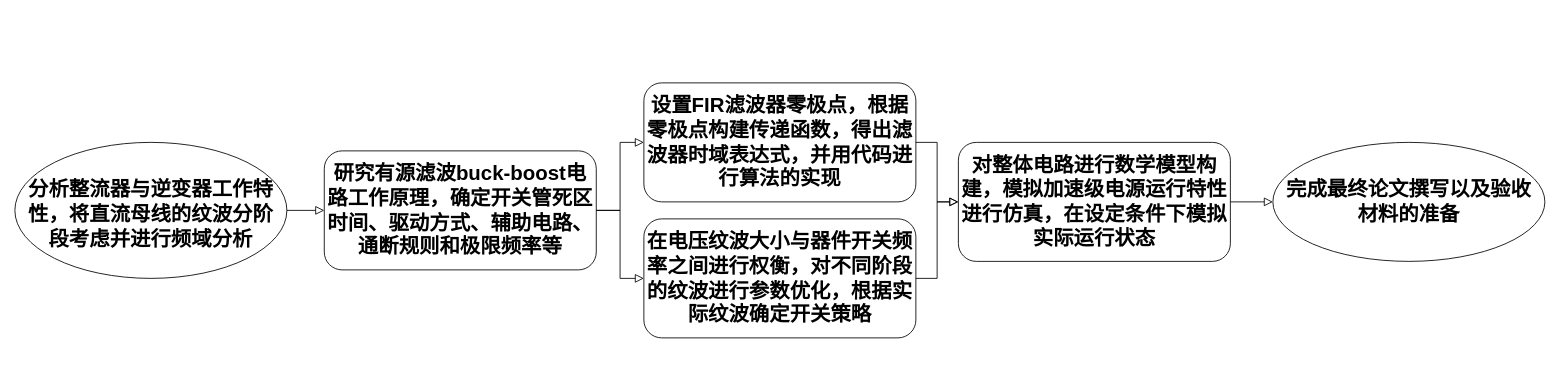
Above: 开题答辩-实施方案.drawio in duzhenchang/diagrams (draw.io), before the change. Source tidied: cells renumbered, new cells numbered last; positions are measured from the earlier drawing's top-left corner, leaving out a move shared by most shapes. Both pictures are drawn from the tidied source at 85%, with x=0, y=0 at pixel (14, 82).
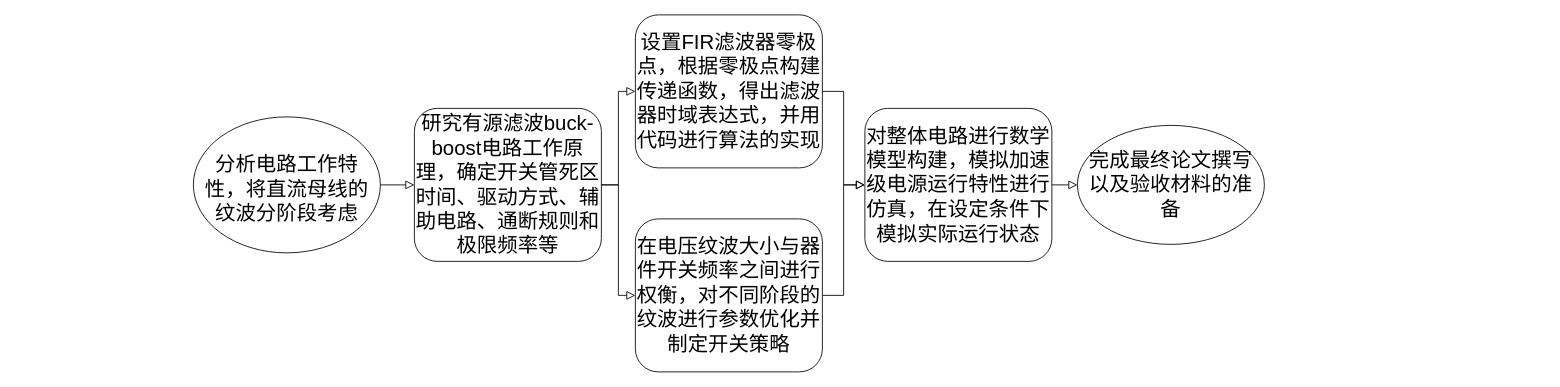
Above is the later version.

Change to the diagram source:
```diff
@@
 <mxGraphModel>
   <root>
     <mxCell id="0" />
     <mxCell id="1" parent="0" />
-    <mxCell id="2" value="&lt;font style=&quot;font-size: 24px;&quot;&gt;&lt;b&gt;研究有源滤波buck-boost电路工作原理，确定开关管死区时间、驱动方式、辅助电路、通断规则和极限频率等&lt;/b&gt;&lt;/font&gt;" style="rounded=1;whiteSpace=wrap;html=1;fontSize=12;glass=0;strokeWidth=1;shadow=0;" parent="1" vertex="1">
-      <mxGeometry x="364" y="80" width="320" height="140" as="geometry" />
+    <mxCell id="2" value="&lt;font style=&quot;font-size: 24px;&quot;&gt;研究有源滤波buck-boost电路工作原理，确定开关管死区时间、驱动方式、辅助电路、通断规则和极限频率等&lt;/font&gt;" style="rounded=1;whiteSpace=wrap;html=1;fontSize=12;glass=0;strokeWidth=1;shadow=0;" parent="1" vertex="1">
+      <mxGeometry x="470" y="30" width="220" height="180" as="geometry" />
     </mxCell>
-    <mxCell id="3" value="&lt;font style=&quot;font-size: 24px;&quot;&gt;&lt;b&gt;设置FIR滤波器零极点，根据零极点构建传递函数，得出滤波器时域表达式，并用代码进行算法的实现&lt;/b&gt;&lt;/font&gt;" style="rounded=1;whiteSpace=wrap;html=1;fontSize=12;glass=0;strokeWidth=1;shadow=0;" parent="1" vertex="1">
-      <mxGeometry x="740" width="320" height="140" as="geometry" />
+    <mxCell id="3" value="&lt;font style=&quot;font-size: 24px;&quot;&gt;设置FIR滤波器零极点，根据零极点构建传递函数，得出滤波器时域表达式，并用代码进行算法的实现&lt;/font&gt;" style="rounded=1;whiteSpace=wrap;html=1;fontSize=12;glass=0;strokeWidth=1;shadow=0;" parent="1" vertex="1">
+      <mxGeometry x="730" y="-80" width="220" height="180" as="geometry" />
     </mxCell>
-    <mxCell id="4" value="&lt;font style=&quot;font-size: 24px;&quot;&gt;&lt;b&gt;在电压纹波大小与器件开关频率之间进行权衡，对不同阶段的纹波进行参数优化，根据实际纹波确定开关策略&lt;/b&gt;&lt;/font&gt;" style="rounded=1;whiteSpace=wrap;html=1;fontSize=12;glass=0;strokeWidth=1;shadow=0;" parent="1" vertex="1">
-      <mxGeometry x="740" y="160" width="320" height="140" as="geometry" />
+    <mxCell id="4" value="&lt;font style=&quot;font-size: 24px;&quot;&gt;在电压纹波大小与器件开关频率之间进行权衡，对不同阶段的纹波进行参数优化并制定开关策略&lt;/font&gt;" style="rounded=1;whiteSpace=wrap;html=1;fontSize=12;glass=0;strokeWidth=1;shadow=0;" parent="1" vertex="1">
+      <mxGeometry x="730" y="160" width="220" height="180" as="geometry" />
     </mxCell>
-    <mxCell id="5" value="&lt;font style=&quot;font-size: 24px;&quot;&gt;&lt;b&gt;分析整流器与逆变器工作特性，将直流母线的纹波分阶段考虑并进行频域分析&lt;/b&gt;&lt;/font&gt;" style="ellipse;whiteSpace=wrap;html=1;spacingLeft=5;spacingRight=5;spacingTop=10;" parent="1" vertex="1">
-      <mxGeometry y="70" width="320" height="160" as="geometry" />
+    <mxCell id="5" value="&lt;font style=&quot;font-size: 24px;&quot;&gt;分析电路工作特性，将直流母线的纹波分阶段考虑&lt;/font&gt;" style="ellipse;whiteSpace=wrap;html=1;spacingLeft=5;spacingRight=5;spacingTop=10;" parent="1" vertex="1">
+      <mxGeometry x="210" y="40" width="220" height="160" as="geometry" />
     </mxCell>
-    <mxCell id="6" value="&lt;font style=&quot;font-size: 24px;&quot;&gt;&lt;b&gt;完成最终论文撰写以及验收材料的准备&lt;/b&gt;&lt;/font&gt;" style="ellipse;whiteSpace=wrap;html=1;spacingLeft=5;spacingRight=5;" parent="1" vertex="1">
-      <mxGeometry x="1480" y="70" width="320" height="140" as="geometry" />
+    <mxCell id="6" value="&lt;font style=&quot;font-size: 24px;&quot;&gt;完成最终论文撰写以及验收材料的准备&lt;/font&gt;" style="ellipse;whiteSpace=wrap;html=1;spacingLeft=5;spacingRight=5;" parent="1" vertex="1">
+      <mxGeometry x="1250" y="50" width="220" height="140" as="geometry" />
     </mxCell>
-    <mxCell id="7" value="&lt;font style=&quot;font-size: 24px;&quot;&gt;&lt;b&gt;对整体电路进行数学模型构建，模拟加速级电源运行特性进行仿真，在设定条件下模拟实际运行状态&lt;/b&gt;&lt;/font&gt;" style="rounded=1;whiteSpace=wrap;html=1;fontSize=12;glass=0;strokeWidth=1;shadow=0;" parent="1" vertex="1">
-      <mxGeometry x="1110" y="70" width="320" height="140" as="geometry" />
+    <mxCell id="7" value="&lt;font style=&quot;font-size: 24px;&quot;&gt;对整体电路进行数学模型构建，模拟加速级电源运行特性进行仿真，在设定条件下模拟实际运行状态&lt;/font&gt;" style="rounded=1;whiteSpace=wrap;html=1;fontSize=12;glass=0;strokeWidth=1;shadow=0;" parent="1" vertex="1">
+      <mxGeometry x="1000" y="30" width="220" height="180" as="geometry" />
     </mxCell>
     <mxCell id="8" style="rounded=0;html=1;jettySize=auto;fontSize=11;endArrow=block;endFill=0;endSize=8;strokeWidth=1;shadow=0;labelBackgroundColor=none;edgeStyle=orthogonalEdgeStyle;exitX=1;exitY=0.5;exitDx=0;exitDy=0;entryX=0;entryY=0.5;entryDx=0;entryDy=0;" parent="1" edge="1" source="5" target="2">
       <mxGeometry relative="1" as="geometry" />
     </mxCell>
     <mxCell id="9" style="rounded=0;html=1;jettySize=auto;fontSize=11;endArrow=block;endFill=0;endSize=8;strokeWidth=1;shadow=0;labelBackgroundColor=none;edgeStyle=orthogonalEdgeStyle;exitX=1;exitY=0.5;exitDx=0;exitDy=0;entryX=0;entryY=0.5;entryDx=0;entryDy=0;" parent="1" edge="1" source="2" target="3">
       <mxGeometry relative="1" as="geometry" />
     </mxCell>
     <mxCell id="10" style="rounded=0;html=1;jettySize=auto;fontSize=11;endArrow=block;endFill=0;endSize=8;strokeWidth=1;shadow=0;labelBackgroundColor=none;edgeStyle=orthogonalEdgeStyle;exitX=1;exitY=0.5;exitDx=0;exitDy=0;entryX=0;entryY=0.5;entryDx=0;entryDy=0;" parent="1" edge="1" source="2" target="4">
       <mxGeometry relative="1" as="geometry" />
     </mxCell>
     <mxCell id="11" style="rounded=0;html=1;jettySize=auto;fontSize=11;endArrow=block;endFill=0;endSize=8;strokeWidth=1;shadow=0;labelBackgroundColor=none;edgeStyle=orthogonalEdgeStyle;exitX=1;exitY=0.5;exitDx=0;exitDy=0;entryX=0;entryY=0.5;entryDx=0;entryDy=0;" parent="1" edge="1" source="3" target="7">
       <mxGeometry relative="1" as="geometry" />
     </mxCell>
     <mxCell id="12" style="rounded=0;html=1;jettySize=auto;fontSize=11;endArrow=block;endFill=0;endSize=8;strokeWidth=1;shadow=0;labelBackgroundColor=none;edgeStyle=orthogonalEdgeStyle;exitX=1;exitY=0.5;exitDx=0;exitDy=0;entryX=0;entryY=0.5;entryDx=0;entryDy=0;" parent="1" edge="1" source="4" target="7">
       <mxGeometry relative="1" as="geometry" />
     </mxCell>
     <mxCell id="13" style="rounded=0;html=1;jettySize=auto;fontSize=11;endArrow=block;endFill=0;endSize=8;strokeWidth=1;shadow=0;labelBackgroundColor=none;edgeStyle=orthogonalEdgeStyle;exitX=1;exitY=0.5;exitDx=0;exitDy=0;entryX=0;entryY=0.5;entryDx=0;entryDy=0;" parent="1" edge="1" source="7" target="6">
       <mxGeometry relative="1" as="geometry" />
     </mxCell>
   </root>
 </mxGraphModel>
```
